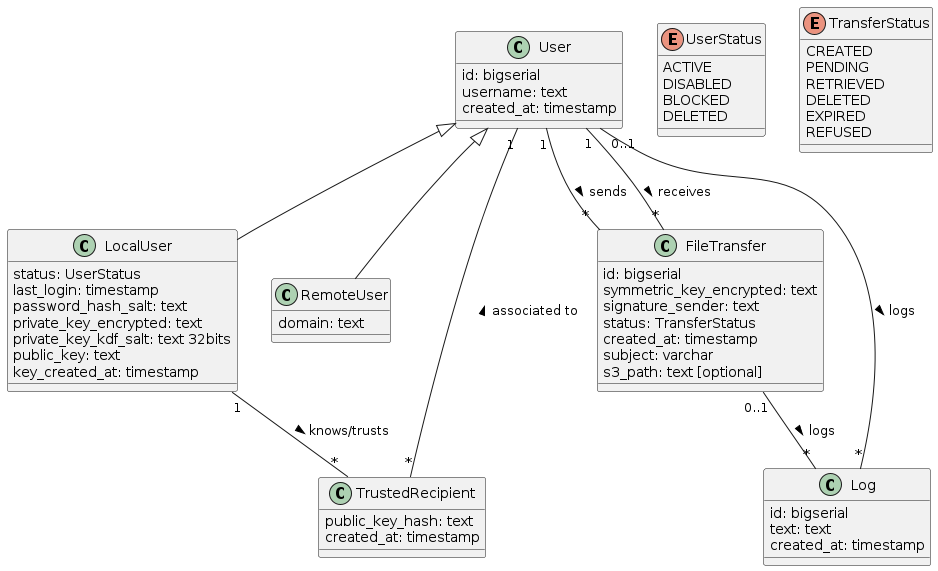
Above: documents/umls/dist/database_schema.png in BananaTransfer/BananaTransfer (PlantUML), before the change. Its source is kept beside it as documents/umls/database_schema.puml.
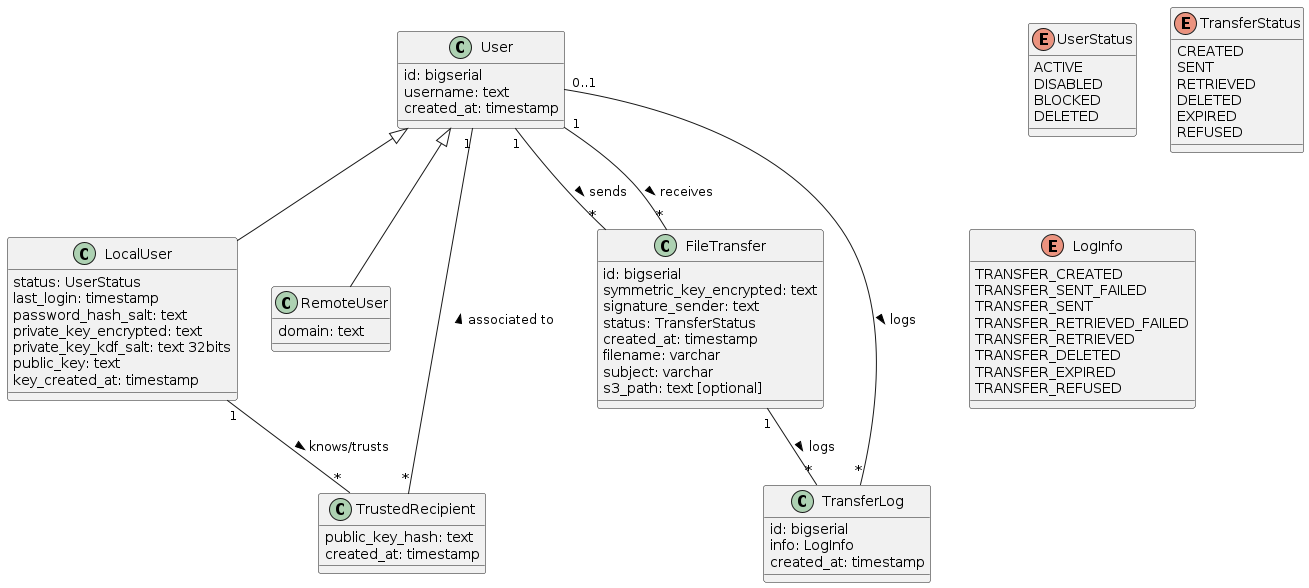
Above is the later version.

Commit message:
update db schema for logs

What changed in the source:
```diff
@@ -9,11 +9,22 @@
 
 enum TransferStatus {
     CREATED
-    PENDING
+    SENT
     RETRIEVED
     DELETED
     EXPIRED
     REFUSED
+}
+
+enum LogInfo {
+    TRANSFER_CREATED
+    TRANSFER_SENT_FAILED
+    TRANSFER_SENT
+    TRANSFER_RETRIEVED_FAILED
+    TRANSFER_RETRIEVED
+    TRANSFER_DELETED
+    TRANSFER_EXPIRED
+    TRANSFER_REFUSED
 }
 
 class User {
@@ -52,9 +63,9 @@
     created_at: timestamp
 }
 
-class Log {
+class TransferLog {
     id: bigserial
-    text: text
+    info: LogInfo
     created_at: timestamp
 }
 
@@ -67,7 +78,7 @@
 LocalUser "1" -- "*" TrustedRecipient: knows/trusts >
 TrustedRecipient "*" -- "1" User: associated to >
 
-User "0..1" -- "*" Log: logs >
-FileTransfer "0..1" -- "*" Log: logs >
+User "0..1" -- "*" TransferLog: logs >
+FileTransfer "1" -- "*" TransferLog: logs >
 
 @enduml
```
